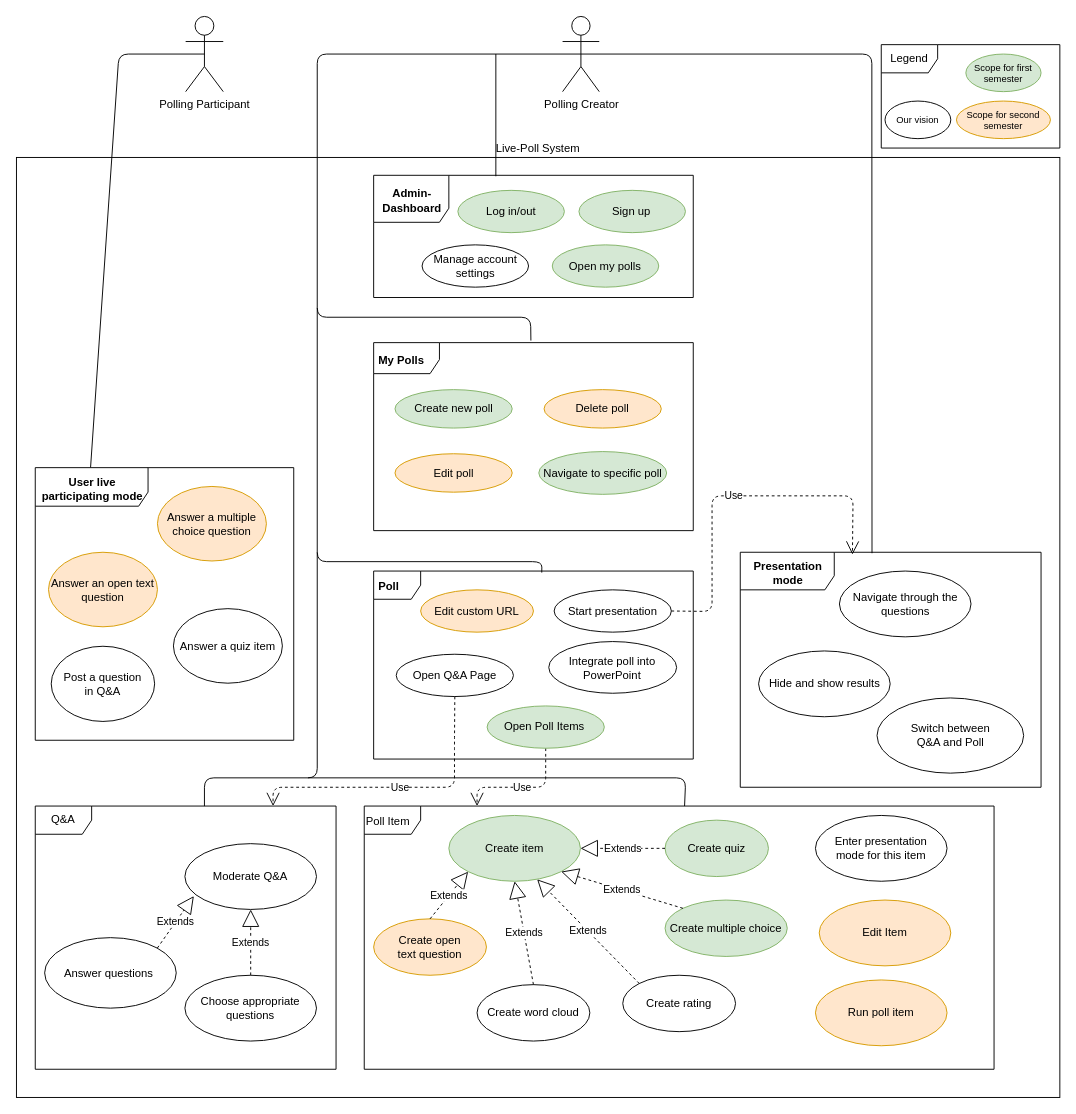
Before: media/LivePollUCD.drawio in livepoll/live-poll-docs, a draw.io diagram. Source tidied: cells renumbered, new cells numbered last; positions are measured from the earlier drawing's top-left corner, leaving out a move shared by most shapes. Both pictures are drawn from the tidied source at 94%, with x=0, y=0 at pixel (16, 16).
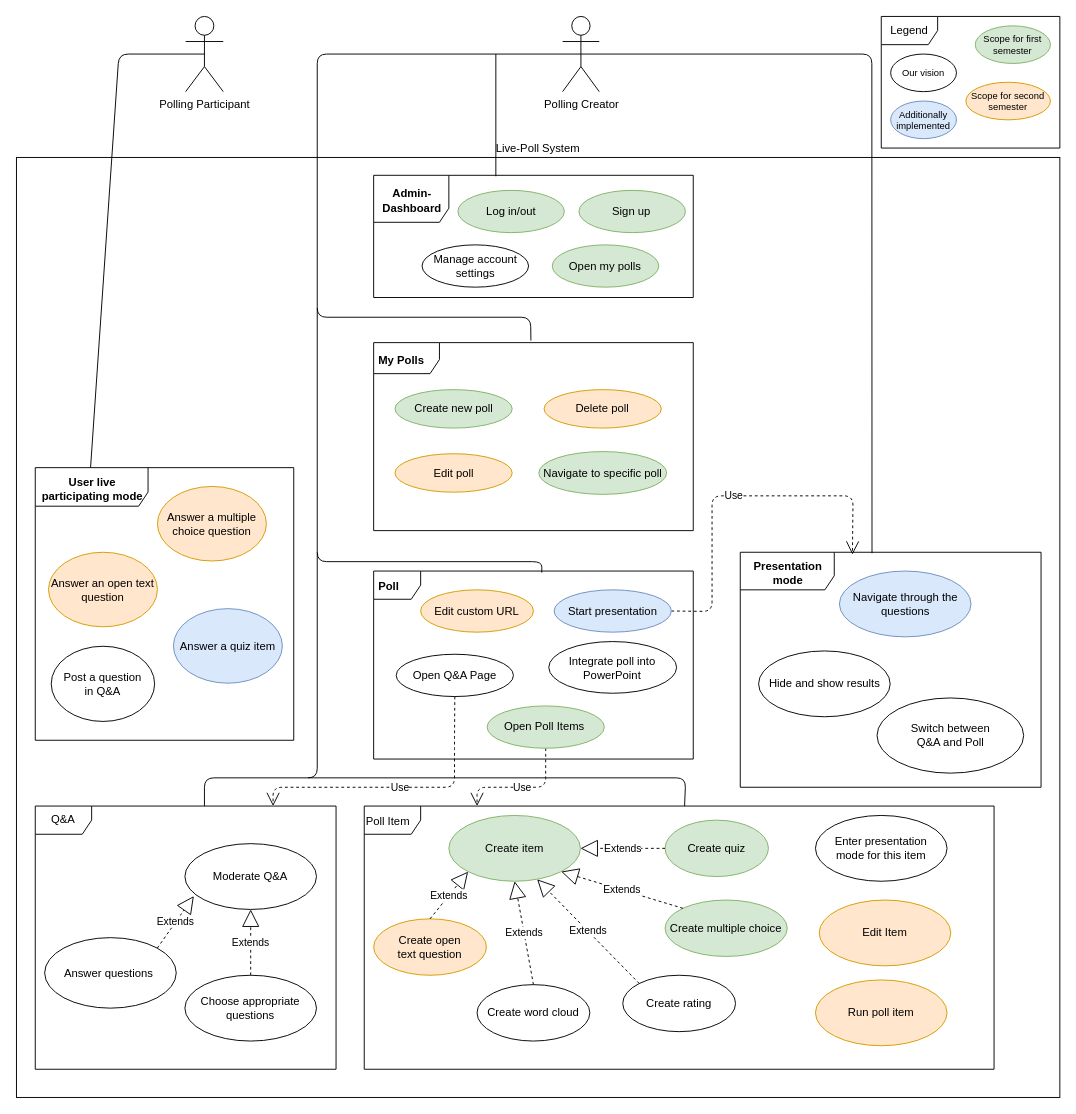
The same page after the edit.

Commit message (it also covers changes not shown here):
Update SRS UCD

Unchanged cells that the change refers to:
```xml
<mxCell id="22" style="group;" parent="1" vertex="1">
  <mxGeometry x="20" y="480" width="275" height="290" as="geometry" />
</mxCell>
<mxCell id="34" style="group;" parent="1" vertex="1">
  <mxGeometry x="380" y="600" width="340" height="200" as="geometry" />
</mxCell>
<mxCell id="48" style="group;" parent="1" vertex="1">
  <mxGeometry x="770" y="570" width="320" height="250" as="geometry" />
</mxCell>
```

Diff of the diagram source:
```diff
@@
-    <mxCell id="26" value="Answer a quiz item" style="ellipse;whiteSpace=wrap;html=1;" parent="22" vertex="1">
+    <mxCell id="26" value="Answer a quiz item" style="ellipse;whiteSpace=wrap;html=1;fillColor=#dae8fc;strokeColor=#6c8ebf;" parent="22" vertex="1">
       <mxGeometry x="147" y="150" width="115.9" height="79.3" as="geometry" />
     </mxCell>
@@
-    <mxCell id="38" value="Start presentation" style="ellipse;whiteSpace=wrap;html=1;" parent="34" vertex="1">
+    <mxCell id="38" value="Start presentation" style="ellipse;whiteSpace=wrap;html=1;fillColor=#dae8fc;strokeColor=#6c8ebf;" parent="34" vertex="1">
       <mxGeometry x="192" y="10" width="124.7" height="45" as="geometry" />
     </mxCell>
@@
-    <mxCell id="51" value="Navigate through the questions" style="ellipse;whiteSpace=wrap;html=1;" parent="48" vertex="1">
+    <mxCell id="51" value="Navigate through the questions" style="ellipse;whiteSpace=wrap;html=1;fillColor=#dae8fc;strokeColor=#6c8ebf;" parent="48" vertex="1">
       <mxGeometry x="105.5" y="20" width="140" height="70" as="geometry" />
     </mxCell>
@@
     <mxCell id="60" value="Legend" style="shape=umlFrame;whiteSpace=wrap;html=1;" parent="1" vertex="1">
-      <mxGeometry x="920" y="30" width="190" height="110" as="geometry" />
+      <mxGeometry x="920" width="190" height="140" as="geometry" />
     </mxCell>
     <mxCell id="61" value="Scope for first semester" style="ellipse;whiteSpace=wrap;html=1;fillColor=#d5e8d4;strokeColor=#82b366;fontSize=10;" parent="1" vertex="1">
-      <mxGeometry x="1010" y="40" width="80" height="40" as="geometry" />
+      <mxGeometry x="1020" y="10" width="80" height="40" as="geometry" />
     </mxCell>
     <mxCell id="62" value="Our vision" style="ellipse;whiteSpace=wrap;html=1;fontSize=10;" parent="1" vertex="1">
-      <mxGeometry x="924" y="90" width="70" height="40" as="geometry" />
+      <mxGeometry x="930" y="40" width="70" height="40" as="geometry" />
     </mxCell>
@@
     <mxCell id="72" value="Scope for second semester" style="ellipse;whiteSpace=wrap;html=1;fillColor=#ffe6cc;strokeColor=#d79b00;fontSize=10;" parent="1" vertex="1">
-      <mxGeometry x="1000" y="90" width="100" height="40" as="geometry" />
+      <mxGeometry x="1010" y="70" width="90" height="40" as="geometry" />
     </mxCell>
+    <mxCell id="73" value="Additionally implemented" style="ellipse;whiteSpace=wrap;html=1;fontSize=10;fillColor=#dae8fc;strokeColor=#6c8ebf;" parent="1" vertex="1">
+      <mxGeometry x="930" y="90" width="70" height="40" as="geometry" />
+    </mxCell>
```
